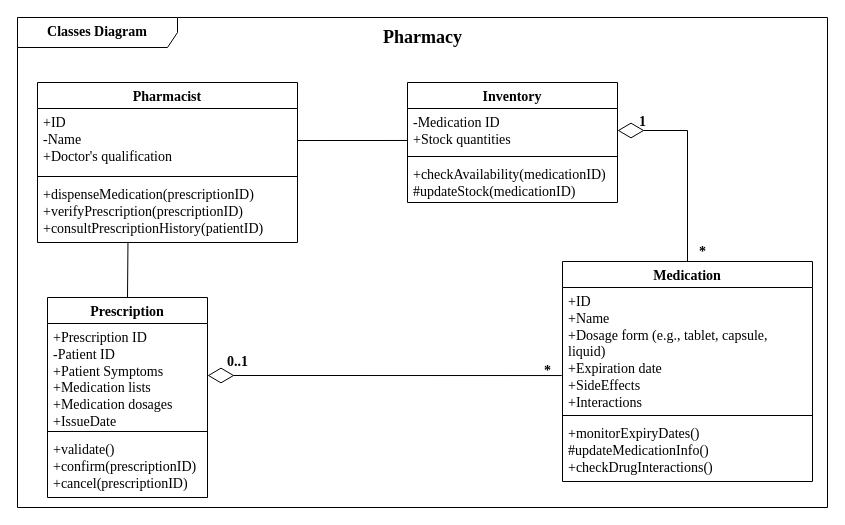
The draw.io diagram Class Diagram.drawio in FOMOKN/Software-Engineering, before the edit. Source tidied: cells renumbered, new cells numbered last; positions are measured from the earlier drawing's top-left corner, leaving out a move shared by most shapes. Both pictures are drawn from the tidied source at 100%, with x=0, y=0 at pixel (17, 17).
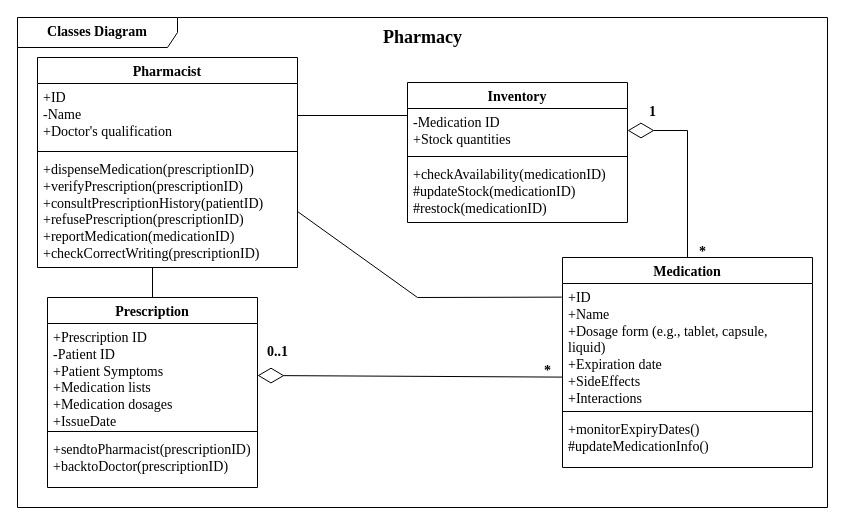
After the change.

The change refers to these unchanged cells:
```xml
<mxCell id="2" value="&lt;font style=&quot;font-size: 14px;&quot; face=&quot;Times New Roman&quot;&gt;&lt;b&gt;Classes Diagram&lt;/b&gt;&lt;/font&gt;" style="shape=umlFrame;whiteSpace=wrap;html=1;width=160;" parent="1" vertex="1">
  <mxGeometry width="810" height="490" as="geometry" />
</mxCell>
<mxCell id="4" value="+ID&lt;br&gt;+Name&lt;br style=&quot;font-size: 14px;&quot;&gt;+Dosage form (e.g., tablet, capsule, liquid)&lt;br style=&quot;font-size: 14px;&quot;&gt;+Expiration date&lt;br&gt;+SideEffects&lt;br&gt;+Interactions" style="text;strokeColor=none;fillColor=none;align=left;verticalAlign=top;spacingLeft=4;spacingRight=4;overflow=hidden;points=[[0,0.5],[1,0.5]];portConstraint=eastwest;whiteSpace=wrap;html=1;fontFamily=Times New Roman;fontSize=14;" parent="3" vertex="1">
  <mxGeometry y="26" width="250" height="124" as="geometry" />
</mxCell>
<mxCell id="16" value="+ID&lt;br&gt;-Name&lt;br style=&quot;font-size: 14px;&quot;&gt;+Doctor's qualification" style="text;strokeColor=none;fillColor=none;align=left;verticalAlign=top;spacingLeft=4;spacingRight=4;overflow=hidden;points=[[0,0.5],[1,0.5]];portConstraint=eastwest;whiteSpace=wrap;html=1;fontFamily=Times New Roman;fontSize=14;" parent="15" vertex="1">
  <mxGeometry y="26" width="260" height="64" as="geometry" />
</mxCell>
<mxCell id="22" value="*" style="text;html=1;align=center;verticalAlign=middle;points=[];strokeColor=none;fillColor=none;fontFamily=Times New Roman;fontSize=14;fontStyle=1;" parent="2" vertex="1">
  <mxGeometry x="515" y="339" width="30" height="30" as="geometry" />
</mxCell>
```

Diff of the diagram source:
```diff
@@
     <mxCell id="3" value="Medication" style="swimlane;fontStyle=1;align=center;verticalAlign=top;horizontal=1;startSize=26;whiteSpace=wrap;html=1;fontFamily=Times New Roman;fontSize=14;" parent="2" vertex="1">
-      <mxGeometry x="545" y="244" width="250" height="220" as="geometry" />
+      <mxGeometry x="545" y="240" width="250" height="210" as="geometry" />
     </mxCell>
@@
-    <mxCell id="6" value="+monitorExpiryDates()&lt;br&gt;#updateMedicationInfo()&lt;br&gt;+checkDrugInteractions()" style="text;strokeColor=none;fillColor=none;align=left;verticalAlign=top;spacingLeft=4;spacingRight=4;overflow=hidden;whiteSpace=wrap;html=1;fontFamily=Times New Roman;fontSize=14;" parent="3" vertex="1">
-      <mxGeometry y="158" width="250" height="62" as="geometry" />
+    <mxCell id="6" value="+monitorExpiryDates()&lt;br&gt;#updateMedicationInfo()&lt;br&gt;" style="text;strokeColor=none;fillColor=none;align=left;verticalAlign=top;spacingLeft=4;spacingRight=4;overflow=hidden;whiteSpace=wrap;html=1;fontFamily=Times New Roman;fontSize=14;" parent="3" vertex="1">
+      <mxGeometry y="158" width="250" height="52" as="geometry" />
     </mxCell>
     <mxCell id="7" value="Inventory" style="swimlane;fontStyle=1;align=center;verticalAlign=top;horizontal=1;startSize=26;whiteSpace=wrap;html=1;fontFamily=Times New Roman;fontSize=14;" parent="2" vertex="1">
-      <mxGeometry x="390" y="65" width="210" height="120" as="geometry" />
+      <mxGeometry x="390" y="65" width="220" height="140" as="geometry" />
     </mxCell>
     <mxCell id="8" value="-Medication ID&lt;br style=&quot;font-size: 14px;&quot;&gt;+Stock quantities" style="text;strokeColor=none;fillColor=none;align=left;verticalAlign=top;spacingLeft=4;spacingRight=4;overflow=hidden;points=[[0,0.5],[1,0.5]];portConstraint=eastwest;whiteSpace=wrap;html=1;fontFamily=Times New Roman;fontSize=14;" parent="7" vertex="1">
-      <mxGeometry y="26" width="210" height="44" as="geometry" />
+      <mxGeometry y="26" width="220" height="44" as="geometry" />
     </mxCell>
     <mxCell id="9" style="line;strokeWidth=1;fillColor=none;align=left;verticalAlign=middle;spacingTop=-1;spacingLeft=3;spacingRight=3;labelPosition=right;strokeColor=inherit;" parent="7" vertex="1">
-      <mxGeometry y="70" width="210" height="8" as="geometry" />
+      <mxGeometry y="70" width="220" height="8" as="geometry" />
     </mxCell>
-    <mxCell id="10" value="+checkAvailability(medicationID)&lt;br&gt;#updateStock(medicationID)" style="text;strokeColor=none;fillColor=none;align=left;verticalAlign=top;spacingLeft=4;spacingRight=4;overflow=hidden;whiteSpace=wrap;html=1;fontFamily=Times New Roman;fontSize=14;" parent="7" vertex="1">
-      <mxGeometry y="78" width="210" height="42" as="geometry" />
+    <mxCell id="10" value="+checkAvailability(medicationID)&lt;br&gt;#updateStock(medicationID)&lt;br&gt;#restock(medicationID)" style="text;strokeColor=none;fillColor=none;align=left;verticalAlign=top;spacingLeft=4;spacingRight=4;overflow=hidden;whiteSpace=wrap;html=1;fontFamily=Times New Roman;fontSize=14;" parent="7" vertex="1">
+      <mxGeometry y="78" width="220" height="62" as="geometry" />
     </mxCell>
     <mxCell id="11" value="&lt;font style=&quot;font-size: 14px;&quot;&gt;Prescription&lt;/font&gt;" style="swimlane;fontStyle=1;align=center;verticalAlign=top;horizontal=1;startSize=26;whiteSpace=wrap;html=1;fontFamily=Times New Roman;" parent="2" vertex="1">
-      <mxGeometry x="30" y="280" width="160" height="200" as="geometry" />
+      <mxGeometry x="30" y="280" width="210" height="190" as="geometry" />
     </mxCell>
     <mxCell id="12" value="+Prescription ID&lt;br&gt;-Patient ID&lt;br style=&quot;font-size: 14px;&quot;&gt;+Patient Symptoms&lt;br style=&quot;font-size: 14px;&quot;&gt;+Medication lists&lt;br style=&quot;font-size: 14px;&quot;&gt;+Medication dosages&lt;br&gt;+IssueDate" style="text;strokeColor=none;fillColor=none;align=left;verticalAlign=top;spacingLeft=4;spacingRight=4;overflow=hidden;points=[[0,0.5],[1,0.5]];portConstraint=eastwest;whiteSpace=wrap;html=1;fontFamily=Times New Roman;fontSize=14;" parent="11" vertex="1">
-      <mxGeometry y="26" width="160" height="104" as="geometry" />
+      <mxGeometry y="26" width="210" height="104" as="geometry" />
     </mxCell>
     <mxCell id="13" style="line;strokeWidth=1;fillColor=none;align=left;verticalAlign=middle;spacingTop=-1;spacingLeft=3;spacingRight=3;labelPosition=right;strokeColor=inherit;" parent="11" vertex="1">
-      <mxGeometry y="130" width="160" height="8" as="geometry" />
+      <mxGeometry y="130" width="210" height="8" as="geometry" />
     </mxCell>
-    <mxCell id="14" value="+validate()&lt;br&gt;+confirm(prescriptionID)&lt;br&gt;+cancel(prescriptionID)" style="text;strokeColor=none;fillColor=none;align=left;verticalAlign=top;spacingLeft=4;spacingRight=4;overflow=hidden;whiteSpace=wrap;html=1;fontFamily=Times New Roman;fontSize=14;" parent="11" vertex="1">
-      <mxGeometry y="138" width="160" height="62" as="geometry" />
+    <mxCell id="14" value="+sendtoPharmacist(prescriptionID)&lt;br&gt;+backtoDoctor(prescriptionID)" style="text;strokeColor=none;fillColor=none;align=left;verticalAlign=top;spacingLeft=4;spacingRight=4;overflow=hidden;whiteSpace=wrap;html=1;fontFamily=Times New Roman;fontSize=14;" parent="11" vertex="1">
+      <mxGeometry y="138" width="210" height="52" as="geometry" />
     </mxCell>
     <mxCell id="15" value="&lt;font style=&quot;font-size: 14px;&quot; face=&quot;Times New Roman&quot;&gt;Pharmacist&lt;/font&gt;" style="swimlane;fontStyle=1;align=center;verticalAlign=top;horizontal=1;startSize=26;whiteSpace=wrap;html=1;" parent="2" vertex="1">
-      <mxGeometry x="20" y="65" width="260" height="160" as="geometry" />
+      <mxGeometry x="20" y="40" width="260" height="210" as="geometry" />
     </mxCell>
@@
-    <mxCell id="18" value="&lt;font style=&quot;font-size: 14px;&quot;&gt;+dispenseMedication(prescriptionID)&lt;br style=&quot;font-size: 14px;&quot;&gt;&lt;/font&gt;+verifyPrescription(prescriptionID)&lt;br&gt;&lt;font style=&quot;font-size: 14px;&quot;&gt;+consultPrescriptionHistory(patientID)&lt;br&gt;&lt;br style=&quot;font-size: 14px;&quot;&gt;&lt;/font&gt;" style="text;strokeColor=none;fillColor=none;align=left;verticalAlign=top;spacingLeft=4;spacingRight=4;overflow=hidden;points=[[0,0.5],[1,0.5]];portConstraint=eastwest;whiteSpace=wrap;html=1;fontFamily=Times New Roman;fontSize=14;" parent="15" vertex="1">
-      <mxGeometry y="98" width="260" height="62" as="geometry" />
+    <mxCell id="18" value="&lt;font style=&quot;font-size: 14px;&quot;&gt;+dispenseMedication(prescriptionID)&lt;br style=&quot;font-size: 14px;&quot;&gt;&lt;/font&gt;+verifyPrescription(prescriptionID)&lt;br&gt;&lt;font style=&quot;font-size: 14px;&quot;&gt;+consultPrescriptionHistory(patientID)&lt;br&gt;+refusePrescription(prescriptionID)&lt;br&gt;+reportMedication(medicationID)&lt;br&gt;+checkCorrectWriting(prescriptionID)&lt;br style=&quot;font-size: 14px;&quot;&gt;&lt;/font&gt;" style="text;strokeColor=none;fillColor=none;align=left;verticalAlign=top;spacingLeft=4;spacingRight=4;overflow=hidden;points=[[0,0.5],[1,0.5]];portConstraint=eastwest;whiteSpace=wrap;html=1;fontFamily=Times New Roman;fontSize=14;" parent="15" vertex="1">
+      <mxGeometry y="98" width="260" height="112" as="geometry" />
     </mxCell>
@@
-    <mxCell id="20" style="endArrow=diamondThin;endFill=0;endSize=24;html=1;rounded=0;exitX=-0.003;exitY=0.71;exitDx=0;exitDy=0;entryX=1;entryY=0.5;entryDx=0;entryDy=0;exitPerimeter=0;" parent="2" edge="1" source="4" target="12">
+    <mxCell id="20" style="endArrow=diamondThin;endFill=0;endSize=24;html=1;rounded=0;exitX=1;exitY=0.687;exitDx=0;exitDy=0;entryX=1;entryY=0.5;entryDx=0;entryDy=0;exitPerimeter=0;" parent="2" edge="1" source="22" target="12">
       <mxGeometry relative="1" as="geometry" />
     </mxCell>
@@
     <mxCell id="23" value="0..1" style="text;html=1;align=center;verticalAlign=middle;strokeColor=none;fillColor=none;fontSize=14;fontFamily=Times New Roman;fontStyle=1;" parent="2" vertex="1">
-      <mxGeometry x="200" y="330" width="40" height="30" as="geometry" />
+      <mxGeometry x="240" y="320" width="40" height="30" as="geometry" />
     </mxCell>
     <mxCell id="24" value="1" style="text;html=1;align=center;verticalAlign=middle;strokeColor=none;fillColor=none;fontFamily=Times New Roman;fontStyle=1;fontSize=14;" parent="2" vertex="1">
-      <mxGeometry x="610" y="90" width="30" height="30" as="geometry" />
+      <mxGeometry x="620" y="80" width="30" height="30" as="geometry" />
     </mxCell>
@@
-    <mxCell id="26" style="endArrow=none;html=1;rounded=0;exitX=1;exitY=0.5;exitDx=0;exitDy=0;entryX=0;entryY=0.727;entryDx=0;entryDy=0;entryPerimeter=0;" parent="2" edge="1" source="16" target="8">
-      <mxGeometry relative="1" as="geometry" />
+    <mxCell id="26" style="endArrow=none;html=1;rounded=0;exitX=1;exitY=0.5;exitDx=0;exitDy=0;" parent="2" edge="1" source="16">
+      <mxGeometry relative="1" as="geometry">
+        <mxPoint x="390" y="98" as="targetPoint" />
+      </mxGeometry>
     </mxCell>
-    <mxCell id="27" style="endArrow=none;html=1;rounded=0;exitX=0.348;exitY=0.99;exitDx=0;exitDy=0;entryX=0.5;entryY=0;entryDx=0;entryDy=0;exitPerimeter=0;" parent="2" edge="1" source="18" target="11">
-      <mxGeometry relative="1" as="geometry" />
+    <mxCell id="27" style="endArrow=none;html=1;rounded=0;entryX=0.5;entryY=0;entryDx=0;entryDy=0;" parent="2" edge="1" target="11">
+      <mxGeometry relative="1" as="geometry">
+        <mxPoint x="135" y="250" as="sourcePoint" />
+      </mxGeometry>
     </mxCell>
+    <mxCell id="28" style="endArrow=none;html=1;rounded=0;exitX=1;exitY=0.5;exitDx=0;exitDy=0;entryX=-0.003;entryY=0.11;entryDx=0;entryDy=0;entryPerimeter=0;" parent="2" edge="1" source="18" target="4">
+      <mxGeometry relative="1" as="geometry">
+        <Array as="points">
+          <mxPoint x="400" y="280" />
+        </Array>
+      </mxGeometry>
+    </mxCell>
```
